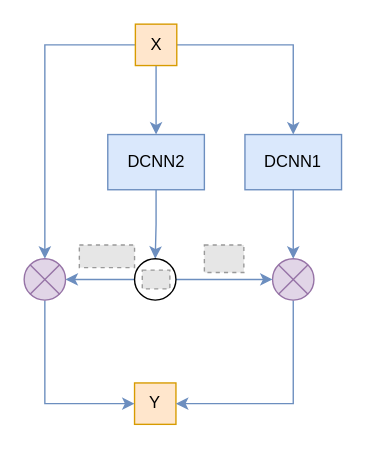
DOLO520/data-analysis keeps this draw.io diagram as page "第 9 页" (9 of 9) of 未命名绘图.drawio. Above is the earlier version. Source tidied: cells renumbered, new cells numbered last; positions are measured from the earlier drawing's top-left corner, leaving out a move shared by most shapes. Both pictures are drawn from the tidied source at 138%, with x=0, y=0 at pixel (23, 23). Pictures stored in the file or linked from it are replaced by grey dashed boxes.
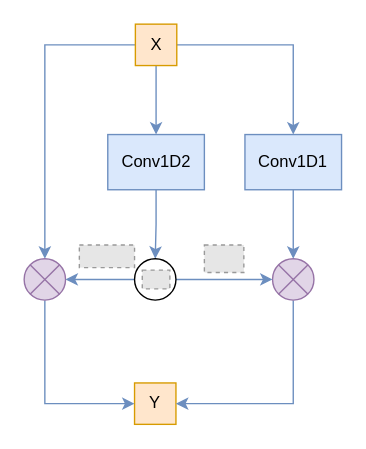
The same page after the edit.

Commit message:
更新未命名绘图.drawio

What changed in the source:
```diff
@@
-    <mxCell id="9" value="DCNN2" style="rounded=0;whiteSpace=wrap;html=1;fillColor=#dae8fc;strokeColor=#6c8ebf;" parent="1" vertex="1">
+    <mxCell id="9" value="Conv1D2" style="rounded=0;whiteSpace=wrap;html=1;fillColor=#dae8fc;strokeColor=#6c8ebf;" parent="1" vertex="1">
       <mxGeometry x="60.6" y="80" width="70" height="40" as="geometry" />
     </mxCell>
@@
-    <mxCell id="21" value="DCNN1" style="rounded=0;whiteSpace=wrap;html=1;fillColor=#dae8fc;strokeColor=#6c8ebf;" parent="1" vertex="1">
+    <mxCell id="21" value="Conv1D1" style="rounded=0;whiteSpace=wrap;html=1;fillColor=#dae8fc;strokeColor=#6c8ebf;" parent="1" vertex="1">
       <mxGeometry x="160" y="80" width="70" height="40" as="geometry" />
     </mxCell>
```
